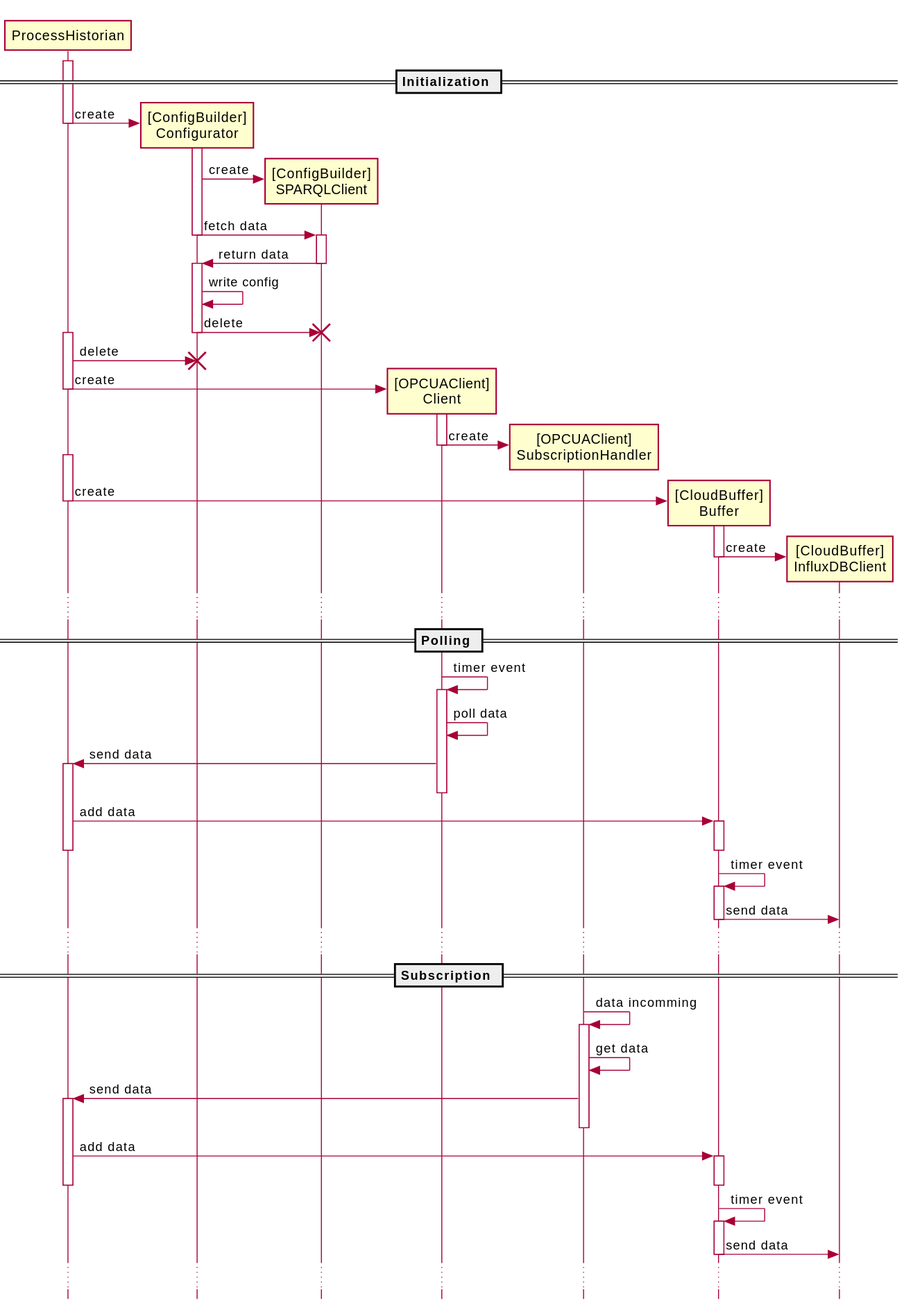
Praktikum-PvAS/process-historian keeps this PlantUML diagram as architecture/Sequence Diagram.svg. Above is the earlier version. The source it was exported from:
```plantuml
@startuml "Sequence Diagram"
skinparam style strictuml
participant ProcessHistorian
== Initialization ==
activate ProcessHistorian
ProcessHistorian -> "[ConfigBuilder]\nConfigurator" as ConfigBuilder.Configurator ** : create
deactivate ProcessHistorian
activate ConfigBuilder.Configurator
ConfigBuilder.Configurator -> "[ConfigBuilder]\nSPARQLClient" as ConfigBuilder.SPARQLClient ** : create
ConfigBuilder.Configurator -> ConfigBuilder.SPARQLClient : fetch data
deactivate ConfigBuilder.Configurator
activate ConfigBuilder.SPARQLClient
ConfigBuilder.SPARQLClient -> ConfigBuilder.Configurator : return data
deactivate ConfigBuilder.SPARQLClient
activate ConfigBuilder.Configurator
ConfigBuilder.Configurator -> ConfigBuilder.Configurator : write config
ConfigBuilder.Configurator -> ConfigBuilder.SPARQLClient !! : delete
deactivate ConfigBuilder.Configurator
activate ProcessHistorian
ProcessHistorian -> ConfigBuilder.Configurator !! : delete

ProcessHistorian -> "[OPCUAClient]\nClient" as OPCUAClient.Client ** : create
activate OPCUAClient.Client
deactivate ProcessHistorian
OPCUAClient.Client -> "[OPCUAClient]\nSubscriptionHandler" as OPCUAClient.SubscriptionHandler ** : create
deactivate OPCUAClient.Client

activate ProcessHistorian
ProcessHistorian -> "[CloudBuffer]\nBuffer" as CloudBuffer.Buffer ** : create
activate CloudBuffer.Buffer
deactivate ProcessHistorian
CloudBuffer.Buffer -> "[CloudBuffer]\nInfluxDBClient" as CloudBuffer.InfluxDBClient ** : create
deactivate CloudBuffer.Buffer
...

== Polling ==

OPCUAClient.Client -> OPCUAClient.Client : timer event
activate OPCUAClient.Client
OPCUAClient.Client -> OPCUAClient.Client : poll data
OPCUAClient.Client -> ProcessHistorian : send data
activate ProcessHistorian
deactivate OPCUAClient.Client
ProcessHistorian -> CloudBuffer.Buffer : add data
activate CloudBuffer.Buffer
deactivate CloudBuffer.Buffer
deactivate ProcessHistorian
CloudBuffer.Buffer -> CloudBuffer.Buffer : timer event
activate CloudBuffer.Buffer
CloudBuffer.Buffer -> CloudBuffer.InfluxDBClient : send data
deactivate CloudBuffer.Buffer
...

== Subscription ==

OPCUAClient.SubscriptionHandler -> OPCUAClient.SubscriptionHandler : data incomming
activate OPCUAClient.SubscriptionHandler
OPCUAClient.SubscriptionHandler -> OPCUAClient.SubscriptionHandler : get data
OPCUAClient.SubscriptionHandler -> ProcessHistorian : send data
activate ProcessHistorian
deactivate OPCUAClient.SubscriptionHandler
ProcessHistorian -> CloudBuffer.Buffer : add data
activate CloudBuffer.Buffer
deactivate CloudBuffer.Buffer
deactivate ProcessHistorian
CloudBuffer.Buffer -> CloudBuffer.Buffer : timer event
activate CloudBuffer.Buffer
CloudBuffer.Buffer -> CloudBuffer.InfluxDBClient : send data
deactivate CloudBuffer.Buffer
...
@enduml
```
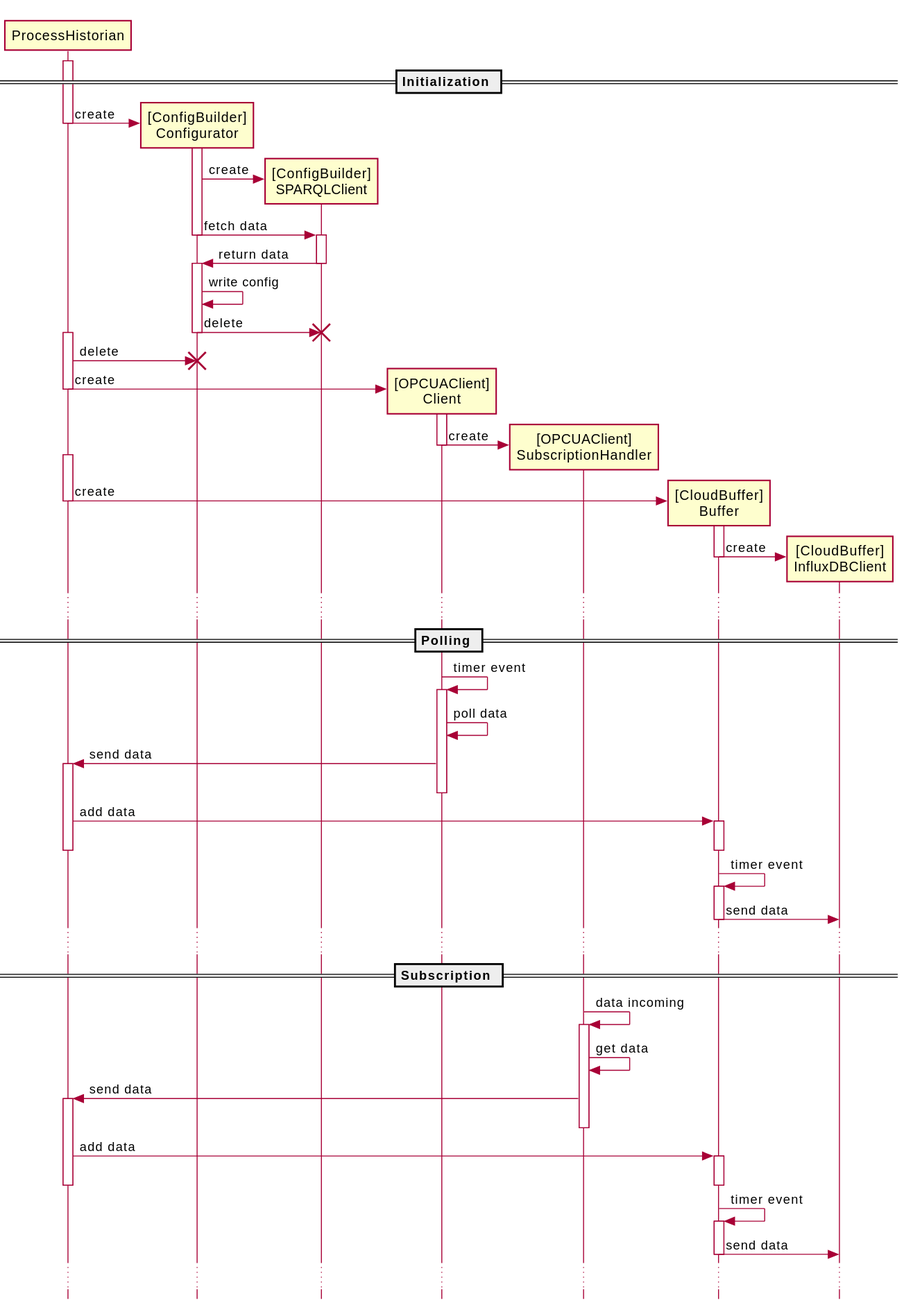
The same diagram one commit later.

Commit message:
Fix typo in render

Change to the diagram source:
```diff
@@ -53,7 +53,7 @@
 
 == Subscription ==
 
-OPCUAClient.SubscriptionHandler -> OPCUAClient.SubscriptionHandler : data incomming
+OPCUAClient.SubscriptionHandler -> OPCUAClient.SubscriptionHandler : data incoming
 activate OPCUAClient.SubscriptionHandler
 OPCUAClient.SubscriptionHandler -> OPCUAClient.SubscriptionHandler : get data
 OPCUAClient.SubscriptionHandler -> ProcessHistorian : send data
```
